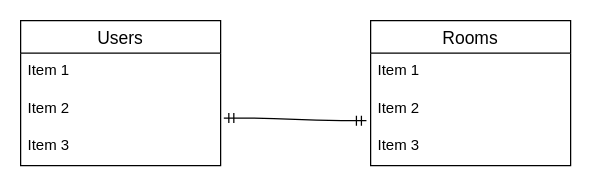
Before: oekaki.dio in eightbite/oekaki, a draw.io diagram. Source tidied: cells renumbered, new cells numbered last; positions are measured from the earlier drawing's top-left corner, leaving out a move shared by most shapes. Both pictures are drawn from the tidied source at 125%, with x=0, y=0 at pixel (20, 20).
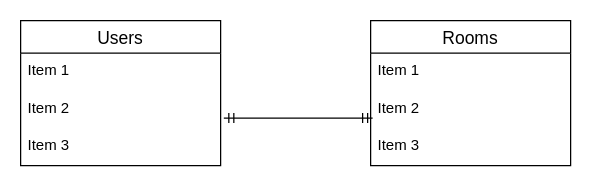
The same page after the edit.

The edit, as a diff of the source:
```diff
@@
 <mxGraphModel>
   <root>
     <mxCell id="0" />
     <mxCell id="1" parent="0" />
     <mxCell id="2" value="Rooms" style="swimlane;fontStyle=0;horizontal=1;startSize=26;align=center;fontSize=14;" parent="1" vertex="1">
       <mxGeometry x="280" width="160" height="116" as="geometry" />
     </mxCell>
     <mxCell id="3" value="Item 1" style="text;strokeColor=none;fillColor=none;spacingLeft=4;spacingRight=4;overflow=hidden;fontSize=12;" parent="2" vertex="1">
       <mxGeometry y="26" width="160" height="30" as="geometry" />
     </mxCell>
     <mxCell id="4" value="Item 2" style="text;strokeColor=none;fillColor=none;spacingLeft=4;spacingRight=4;overflow=hidden;points=[[0,0.5],[1,0.5]];portConstraint=eastwest;fontSize=12;" parent="2" vertex="1">
       <mxGeometry y="56" width="160" height="30" as="geometry" />
     </mxCell>
     <mxCell id="5" value="Item 3" style="text;strokeColor=none;fillColor=none;spacingLeft=4;spacingRight=4;overflow=hidden;fontSize=12;" parent="2" vertex="1">
       <mxGeometry y="86" width="160" height="30" as="geometry" />
     </mxCell>
     <mxCell id="6" value="Users" style="swimlane;fontStyle=0;horizontal=1;startSize=26;align=center;fontSize=14;" parent="1" vertex="1">
       <mxGeometry width="160" height="116" as="geometry" />
     </mxCell>
     <mxCell id="7" value="Item 1" style="text;strokeColor=none;fillColor=none;spacingLeft=4;spacingRight=4;overflow=hidden;fontSize=12;" parent="6" vertex="1">
       <mxGeometry y="26" width="160" height="30" as="geometry" />
     </mxCell>
     <mxCell id="8" value="Item 2" style="text;strokeColor=none;fillColor=none;spacingLeft=4;spacingRight=4;overflow=hidden;points=[[0,0.5],[1,0.5]];portConstraint=eastwest;fontSize=12;" parent="6" vertex="1">
       <mxGeometry y="56" width="160" height="30" as="geometry" />
     </mxCell>
     <mxCell id="9" value="Item 3" style="text;strokeColor=none;fillColor=none;spacingLeft=4;spacingRight=4;overflow=hidden;fontSize=12;" parent="6" vertex="1">
       <mxGeometry y="86" width="160" height="30" as="geometry" />
     </mxCell>
-    <mxCell id="10" style="edgeStyle=entityRelationEdgeStyle;fontSize=12;html=1;endArrow=ERmandOne;startArrow=ERmandOne;exitX=1.016;exitY=0.733;exitDx=0;exitDy=0;exitPerimeter=0;entryX=-0.021;entryY=0.8;entryDx=0;entryDy=0;entryPerimeter=0;" parent="1" edge="1" source="8" target="4">
+    <mxCell id="10" style="edgeStyle=entityRelationEdgeStyle;fontSize=12;html=1;endArrow=ERmandOne;startArrow=ERmandOne;exitX=1.016;exitY=0.733;exitDx=0;exitDy=0;exitPerimeter=0;entryX=0.01;entryY=0.733;entryDx=0;entryDy=0;entryPerimeter=0;" parent="1" edge="1" source="8" target="4">
       <mxGeometry relative="1" as="geometry" />
     </mxCell>
   </root>
 </mxGraphModel>
```
